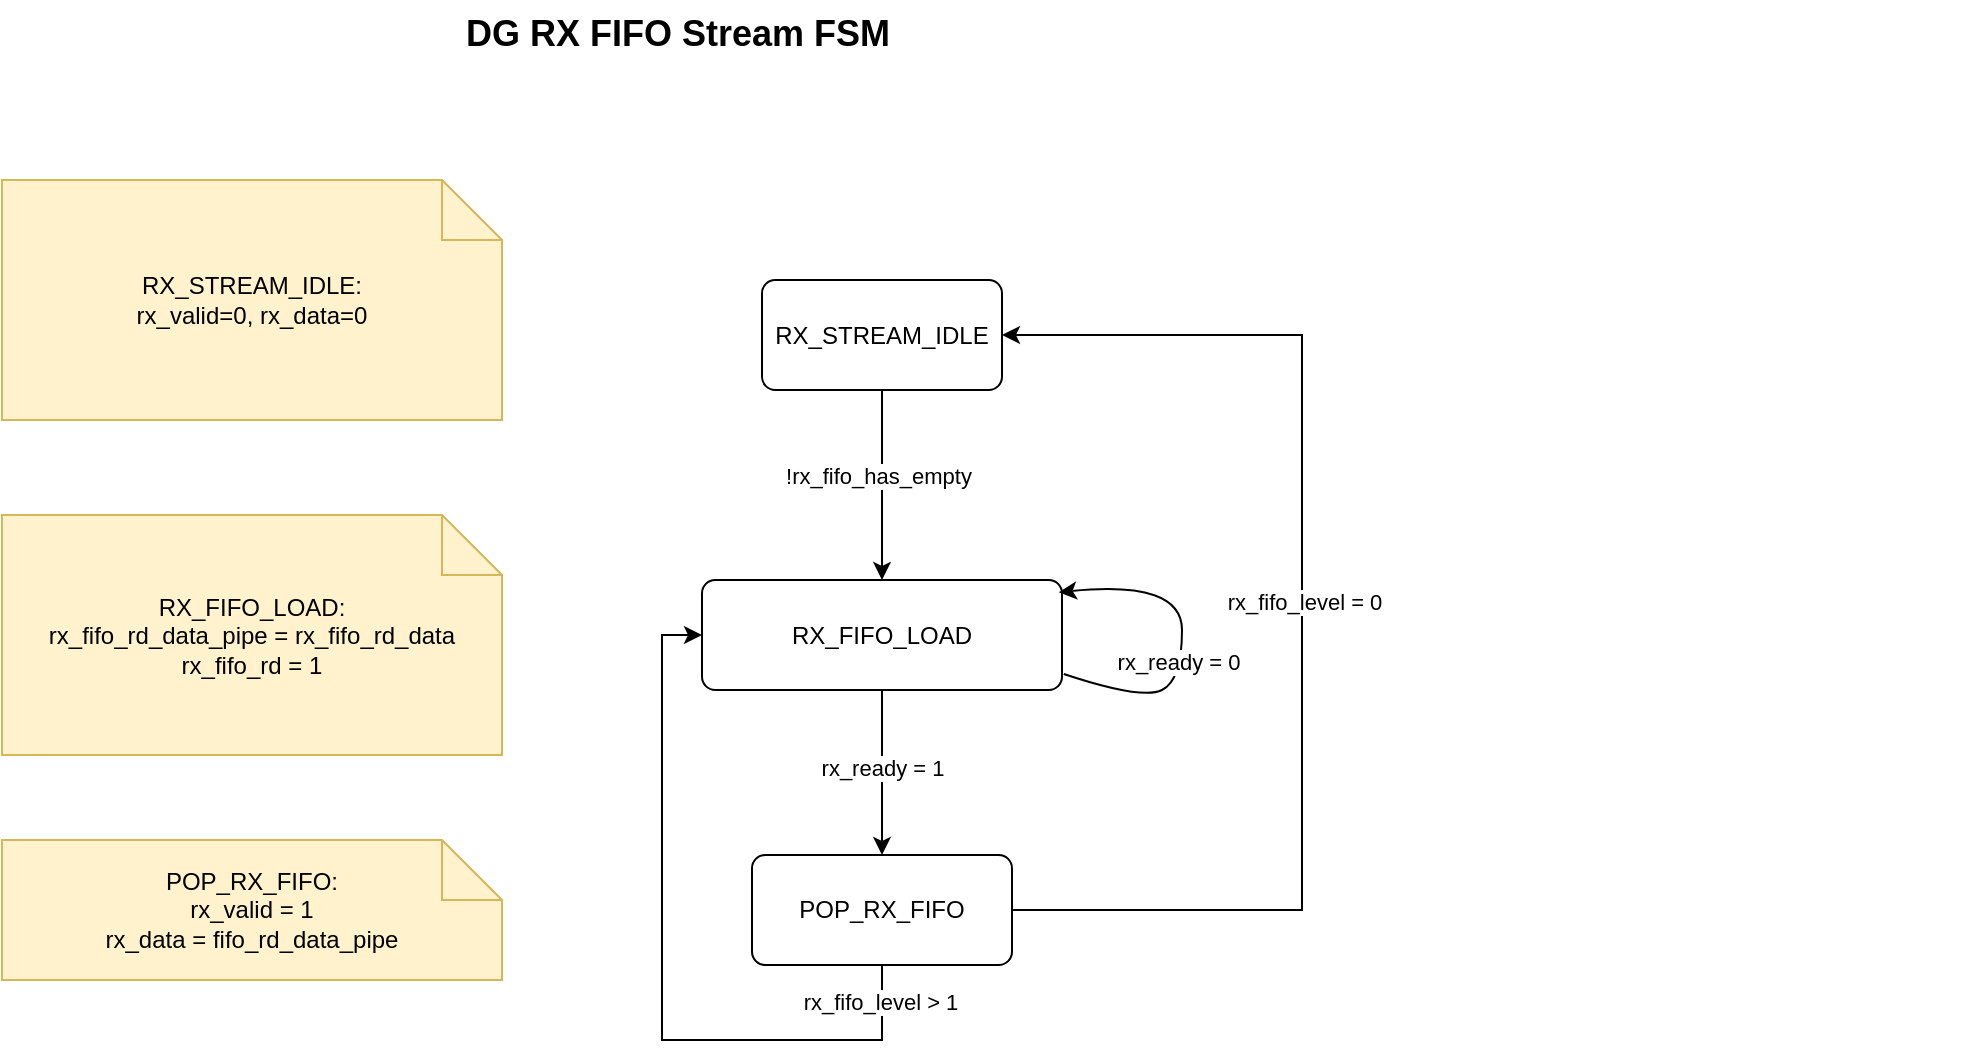
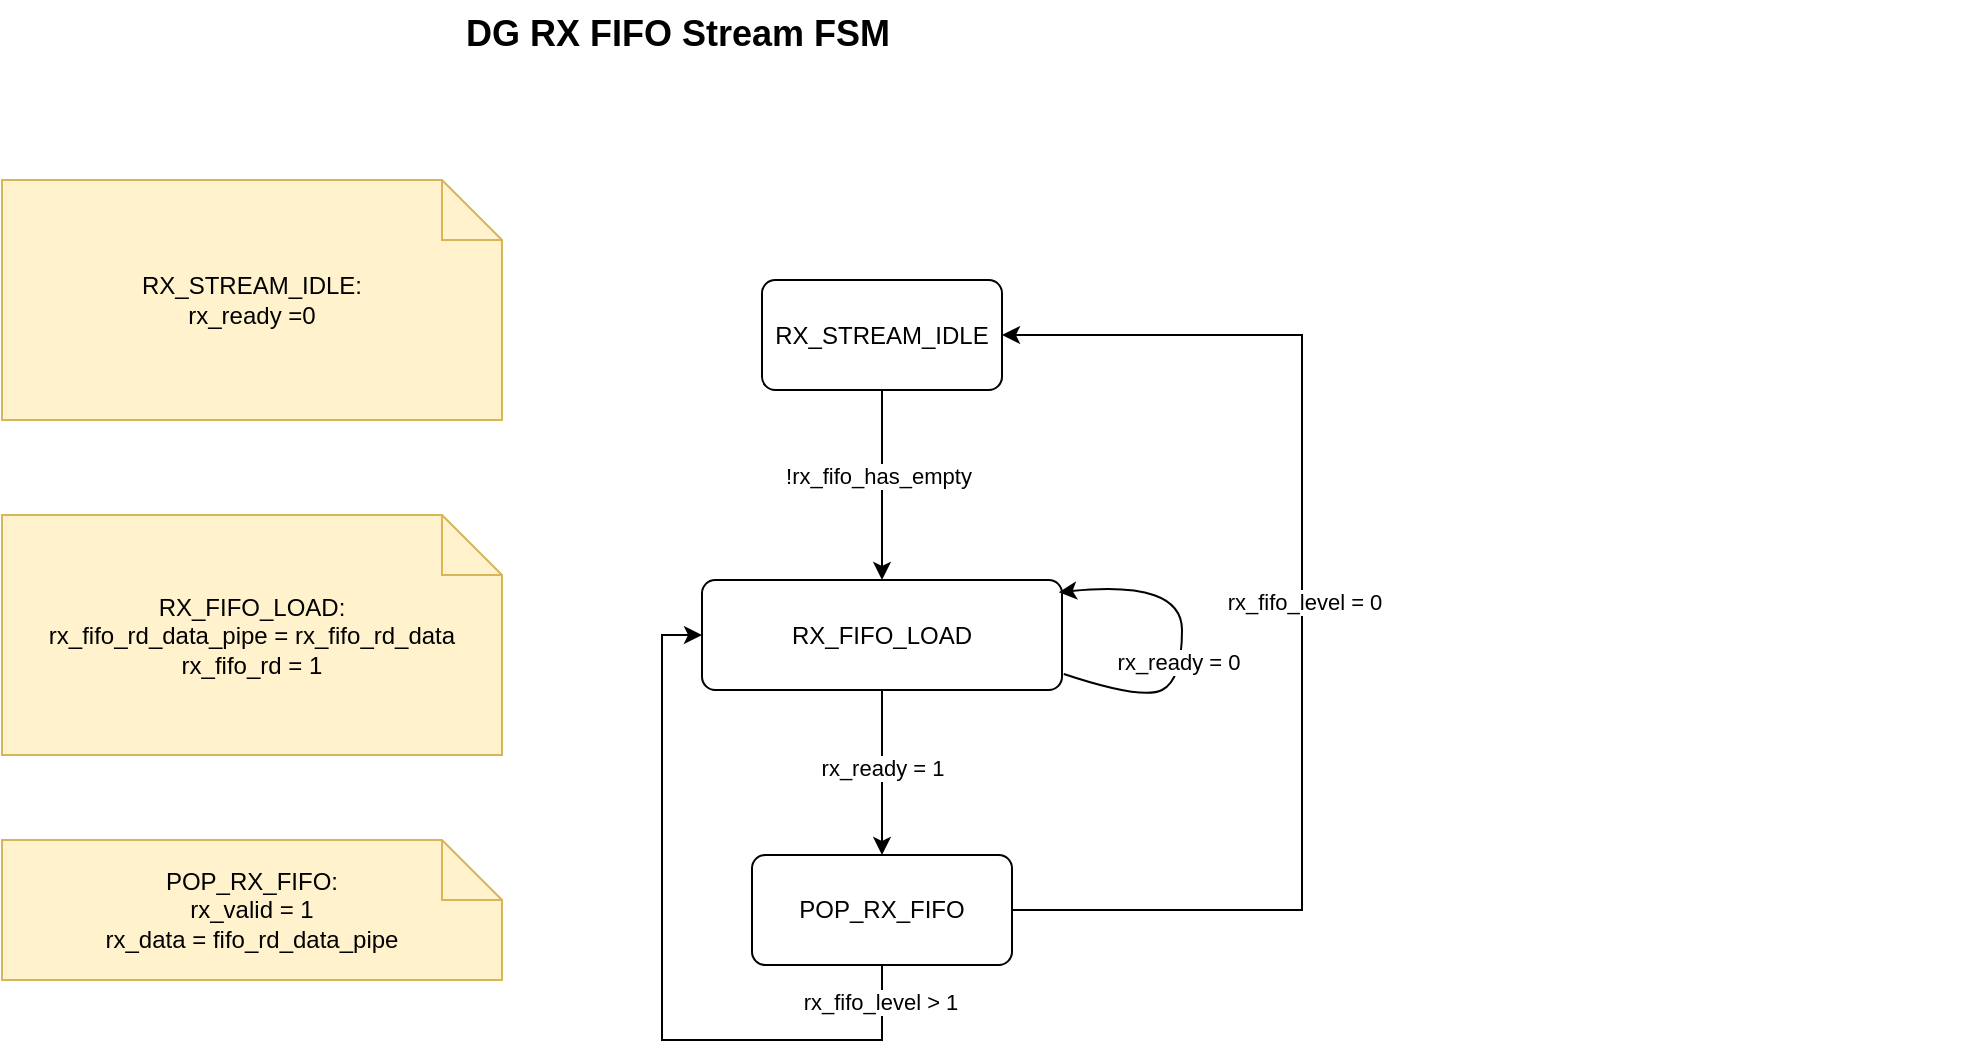
<mxfile host="app.diagrams.net">
  <diagram name="第 1 页" id="1fRNLwPgRf_CtldP1hrz">
-     <mxGraphModel dx="-794" dy="486" grid="1" gridSize="10" guides="1" tooltips="1" connect="1" arrows="1" fold="1" page="1" pageScale="1" pageWidth="827" pageHeight="1169" math="0" shadow="0">
+     <mxGraphModel dx="-981" dy="380" grid="1" gridSize="10" guides="1" tooltips="1" connect="1" arrows="1" fold="1" page="1" pageScale="1" pageWidth="827" pageHeight="1169" math="0" shadow="0">
      <root>
        <mxCell id="0" />
        <mxCell id="1" parent="0" />
        <mxCell id="M1j7goV4bkzS5Lg1R7Bt-28" parent="1" style="text;html=1;strokeColor=none;fillColor=none;fontSize=18;fontStyle=1;" value="DG RX FIFO Stream FSM&amp;nbsp;&amp;nbsp;" vertex="1">
          <mxGeometry height="40" width="760" x="2040" y="130" as="geometry" />
        </mxCell>
        <mxCell id="M1j7goV4bkzS5Lg1R7Bt-29" parent="1" style="rounded=1;whiteSpace=wrap;html=1;arcSize=12;fillColor=#ffffff;strokeColor=#000000;" value="RX_STREAM_IDLE" vertex="1">
          <mxGeometry height="55" width="120" x="2190" y="270" as="geometry" />
        </mxCell>
        <mxCell id="M1j7goV4bkzS5Lg1R7Bt-30" parent="1" style="rounded=1;whiteSpace=wrap;html=1;arcSize=12;fillColor=#ffffff;strokeColor=#000000;" value="RX_FIFO_LOAD" vertex="1">
          <mxGeometry height="55" width="180" x="2160" y="420" as="geometry" />
        </mxCell>
        <mxCell id="M1j7goV4bkzS5Lg1R7Bt-31" edge="1" parent="1" source="M1j7goV4bkzS5Lg1R7Bt-29" style="endArrow=classic;html=1;rounded=0;exitX=0.5;exitY=1;exitDx=0;exitDy=0;entryX=0.5;entryY=0;entryDx=0;entryDy=0;" target="M1j7goV4bkzS5Lg1R7Bt-30" value="">
          <mxGeometry height="50" relative="1" width="50" as="geometry">
            <mxPoint x="2270" y="390" as="sourcePoint" />
            <mxPoint x="2320" y="340" as="targetPoint" />
          </mxGeometry>
        </mxCell>
        <mxCell id="M1j7goV4bkzS5Lg1R7Bt-32" connectable="0" parent="M1j7goV4bkzS5Lg1R7Bt-31" style="edgeLabel;html=1;align=center;verticalAlign=middle;resizable=0;points=[];" value="!rx_fifo_has_empty" vertex="1">
          <mxGeometry relative="1" x="-0.0927" y="-2" as="geometry">
            <mxPoint as="offset" />
          </mxGeometry>
        </mxCell>
        <mxCell id="M1j7goV4bkzS5Lg1R7Bt-33" parent="1" style="shape=note;whiteSpace=wrap;html=1;fillColor=#fff2cc;strokeColor=#d6b656;" value="RX_FIFO_LOAD:&lt;div&gt;rx_fifo_rd_data_pipe = rx_fifo_rd_data&lt;br&gt;&lt;/div&gt;&lt;div&gt;rx_fifo_rd = 1&lt;/div&gt;" vertex="1">
          <mxGeometry height="120" width="250" x="1810" y="387.5" as="geometry" />
        </mxCell>
        <mxCell id="M1j7goV4bkzS5Lg1R7Bt-34" parent="1" style="rounded=1;whiteSpace=wrap;html=1;arcSize=12;fillColor=#ffffff;strokeColor=#000000;" value="POP_RX_FIFO" vertex="1">
          <mxGeometry height="55" width="130" x="2185" y="557.5" as="geometry" />
        </mxCell>
        <mxCell id="M1j7goV4bkzS5Lg1R7Bt-35" edge="1" parent="1" source="M1j7goV4bkzS5Lg1R7Bt-30" style="endArrow=classic;html=1;rounded=0;exitX=0.5;exitY=1;exitDx=0;exitDy=0;entryX=0.5;entryY=0;entryDx=0;entryDy=0;" target="M1j7goV4bkzS5Lg1R7Bt-34" value="">
          <mxGeometry height="50" relative="1" width="50" as="geometry">
            <mxPoint x="2260" y="540" as="sourcePoint" />
            <mxPoint x="2310" y="490" as="targetPoint" />
          </mxGeometry>
        </mxCell>
        <mxCell id="M1j7goV4bkzS5Lg1R7Bt-36" connectable="0" parent="M1j7goV4bkzS5Lg1R7Bt-35" style="edgeLabel;html=1;align=center;verticalAlign=middle;resizable=0;points=[];" value="rx_ready = 1" vertex="1">
          <mxGeometry relative="1" x="-0.0537" as="geometry">
            <mxPoint as="offset" />
          </mxGeometry>
        </mxCell>
        <mxCell id="M1j7goV4bkzS5Lg1R7Bt-37" parent="1" style="shape=note;whiteSpace=wrap;html=1;fillColor=#fff2cc;strokeColor=#d6b656;" value="POP_RX_FIFO:&lt;div&gt;rx_valid = 1&lt;/div&gt;&lt;div&gt;rx_data = fifo_rd_data_pipe&lt;/div&gt;" vertex="1">
          <mxGeometry height="70" width="250" x="1810" y="550" as="geometry" />
        </mxCell>
-         <mxCell id="M1j7goV4bkzS5Lg1R7Bt-38" parent="1" style="shape=note;whiteSpace=wrap;html=1;fillColor=#fff2cc;strokeColor=#d6b656;" value="RX_STREAM_IDLE:&lt;div&gt;rx_valid=0, rx_data=0&lt;/div&gt;" vertex="1">
+         <mxCell id="M1j7goV4bkzS5Lg1R7Bt-38" parent="1" style="shape=note;whiteSpace=wrap;html=1;fillColor=#fff2cc;strokeColor=#d6b656;" value="RX_STREAM_IDLE:&lt;div&gt;rx_ready =0&lt;/div&gt;" vertex="1">
          <mxGeometry height="120" width="250" x="1810" y="220" as="geometry" />
        </mxCell>
        <mxCell id="M1j7goV4bkzS5Lg1R7Bt-39" edge="1" parent="1" source="M1j7goV4bkzS5Lg1R7Bt-34" style="endArrow=classic;html=1;rounded=0;exitX=0.5;exitY=1;exitDx=0;exitDy=0;entryX=0;entryY=0.5;entryDx=0;entryDy=0;edgeStyle=orthogonalEdgeStyle;" target="M1j7goV4bkzS5Lg1R7Bt-30" value="">
          <mxGeometry height="50" relative="1" width="50" as="geometry">
            <Array as="points">
              <mxPoint x="2250" y="650" />
              <mxPoint x="2140" y="650" />
              <mxPoint x="2140" y="448" />
            </Array>
            <mxPoint x="2440" y="550" as="sourcePoint" />
            <mxPoint x="2490" y="500" as="targetPoint" />
          </mxGeometry>
        </mxCell>
        <mxCell id="M1j7goV4bkzS5Lg1R7Bt-40" connectable="0" parent="M1j7goV4bkzS5Lg1R7Bt-39" style="edgeLabel;html=1;align=center;verticalAlign=middle;resizable=0;points=[];" value="rx_fifo_level &amp;gt; 1" vertex="1">
          <mxGeometry relative="1" x="-0.9016" y="-1" as="geometry">
            <mxPoint as="offset" />
          </mxGeometry>
        </mxCell>
        <mxCell id="M1j7goV4bkzS5Lg1R7Bt-41" edge="1" parent="1" source="M1j7goV4bkzS5Lg1R7Bt-34" style="endArrow=classic;html=1;rounded=0;exitX=1;exitY=0.5;exitDx=0;exitDy=0;entryX=1;entryY=0.5;entryDx=0;entryDy=0;edgeStyle=orthogonalEdgeStyle;" target="M1j7goV4bkzS5Lg1R7Bt-29" value="">
          <mxGeometry height="50" relative="1" width="50" as="geometry">
            <Array as="points">
              <mxPoint x="2460" y="585" />
              <mxPoint x="2460" y="298" />
            </Array>
            <mxPoint x="2400" y="580" as="sourcePoint" />
            <mxPoint x="2450" y="530" as="targetPoint" />
          </mxGeometry>
        </mxCell>
        <mxCell id="M1j7goV4bkzS5Lg1R7Bt-42" connectable="0" parent="M1j7goV4bkzS5Lg1R7Bt-41" style="edgeLabel;html=1;align=center;verticalAlign=middle;resizable=0;points=[];" value="rx_fifo_level = 0" vertex="1">
          <mxGeometry relative="1" x="0.0267" y="-1" as="geometry">
            <mxPoint as="offset" />
          </mxGeometry>
        </mxCell>
        <mxCell id="M1j7goV4bkzS5Lg1R7Bt-55" edge="1" parent="1" source="M1j7goV4bkzS5Lg1R7Bt-30" style="curved=1;endArrow=classic;html=1;rounded=0;entryX=0.991;entryY=0.112;entryDx=0;entryDy=0;exitX=1.005;exitY=0.854;exitDx=0;exitDy=0;exitPerimeter=0;entryPerimeter=0;" target="M1j7goV4bkzS5Lg1R7Bt-30" value="">
          <mxGeometry height="50" relative="1" width="50" as="geometry">
            <Array as="points">
              <mxPoint x="2380" y="480" />
              <mxPoint x="2400" y="470" />
              <mxPoint x="2400" y="420" />
            </Array>
            <mxPoint x="2350" y="540" as="sourcePoint" />
            <mxPoint x="2400" y="490" as="targetPoint" />
          </mxGeometry>
        </mxCell>
        <mxCell id="M1j7goV4bkzS5Lg1R7Bt-56" connectable="0" parent="M1j7goV4bkzS5Lg1R7Bt-55" style="edgeLabel;html=1;align=center;verticalAlign=middle;resizable=0;points=[];" value="rx_ready = 0" vertex="1">
          <mxGeometry relative="1" x="-0.1698" y="2" as="geometry">
            <mxPoint as="offset" />
          </mxGeometry>
        </mxCell>
      </root>
    </mxGraphModel>
  </diagram>
</mxfile>
